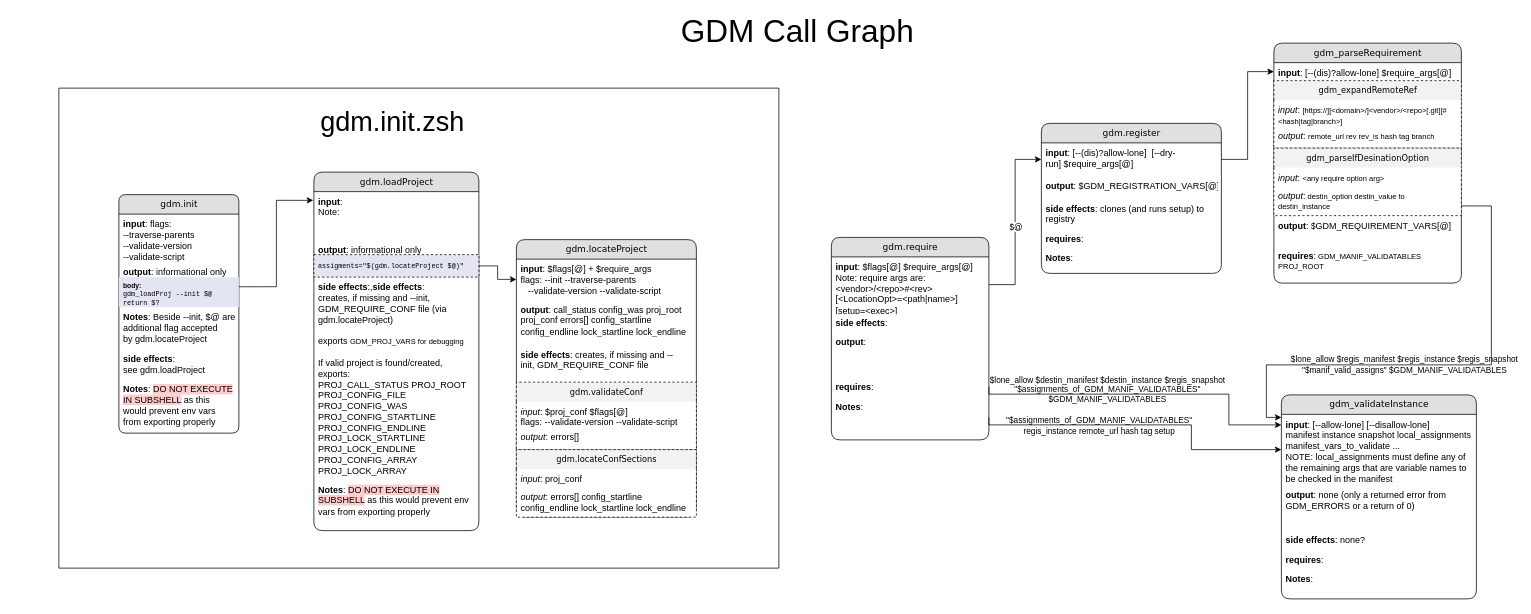
This is src_docs/Call_Graph.drawio from Jeff-Russ/git-dependency-manager, a draw.io file, before an edit. Source tidied: cells renumbered, new cells numbered last; positions are measured from the earlier drawing's top-left corner, leaving out a move shared by most shapes. Both pictures are drawn from the tidied source at 75%, with x=0, y=0 at pixel (58, 20).
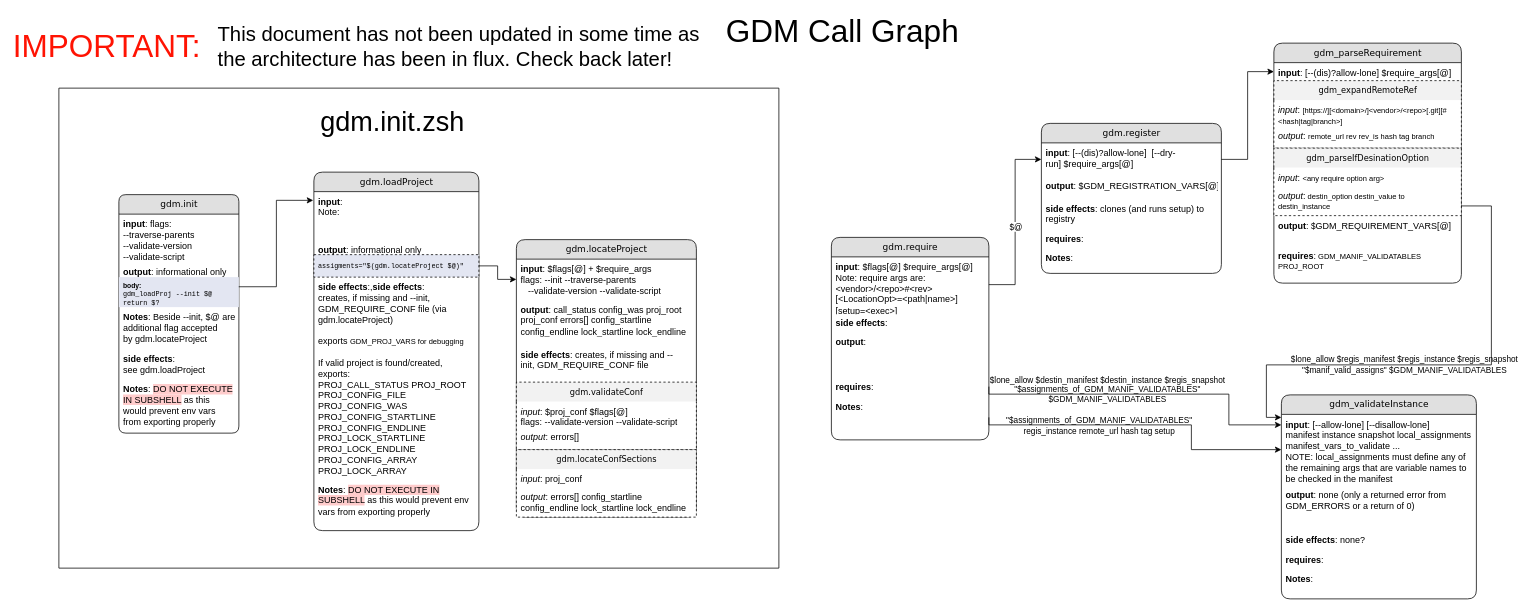
The same page after the edit.

What changed in the source:
```diff
@@
     <mxCell id="39" value="&lt;span style=&quot;font-size: 42px;&quot;&gt;GDM Call Graph&lt;/span&gt;" style="text;html=1;strokeColor=none;fillColor=none;align=center;verticalAlign=middle;whiteSpace=wrap;rounded=0;" parent="1" vertex="1">
-      <mxGeometry x="820" width="330" height="30" as="geometry" />
+      <mxGeometry x="880" width="330" height="30" as="geometry" />
     </mxCell>
@@
+    <mxCell id="67" value="&lt;span style=&quot;font-size: 42px;&quot;&gt;&lt;font color=&quot;#ff1303&quot;&gt;IMPORTANT:&amp;nbsp;&lt;/font&gt;&lt;/span&gt;" style="text;html=1;strokeColor=none;fillColor=none;align=center;verticalAlign=middle;whiteSpace=wrap;rounded=0;" parent="1" vertex="1">
+      <mxGeometry x="-60" y="20" width="260" height="30" as="geometry" />
+    </mxCell>
+    <mxCell id="68" value="&lt;font style=&quot;font-size: 27px;&quot;&gt;This document has not been updated in some time as the architecture has been in flux. Check back later!&lt;/font&gt;" style="text;html=1;strokeColor=none;fillColor=none;align=left;verticalAlign=middle;whiteSpace=wrap;rounded=0;" parent="1" vertex="1">
+      <mxGeometry x="210" y="20" width="660" height="30" as="geometry" />
+    </mxCell>
```
